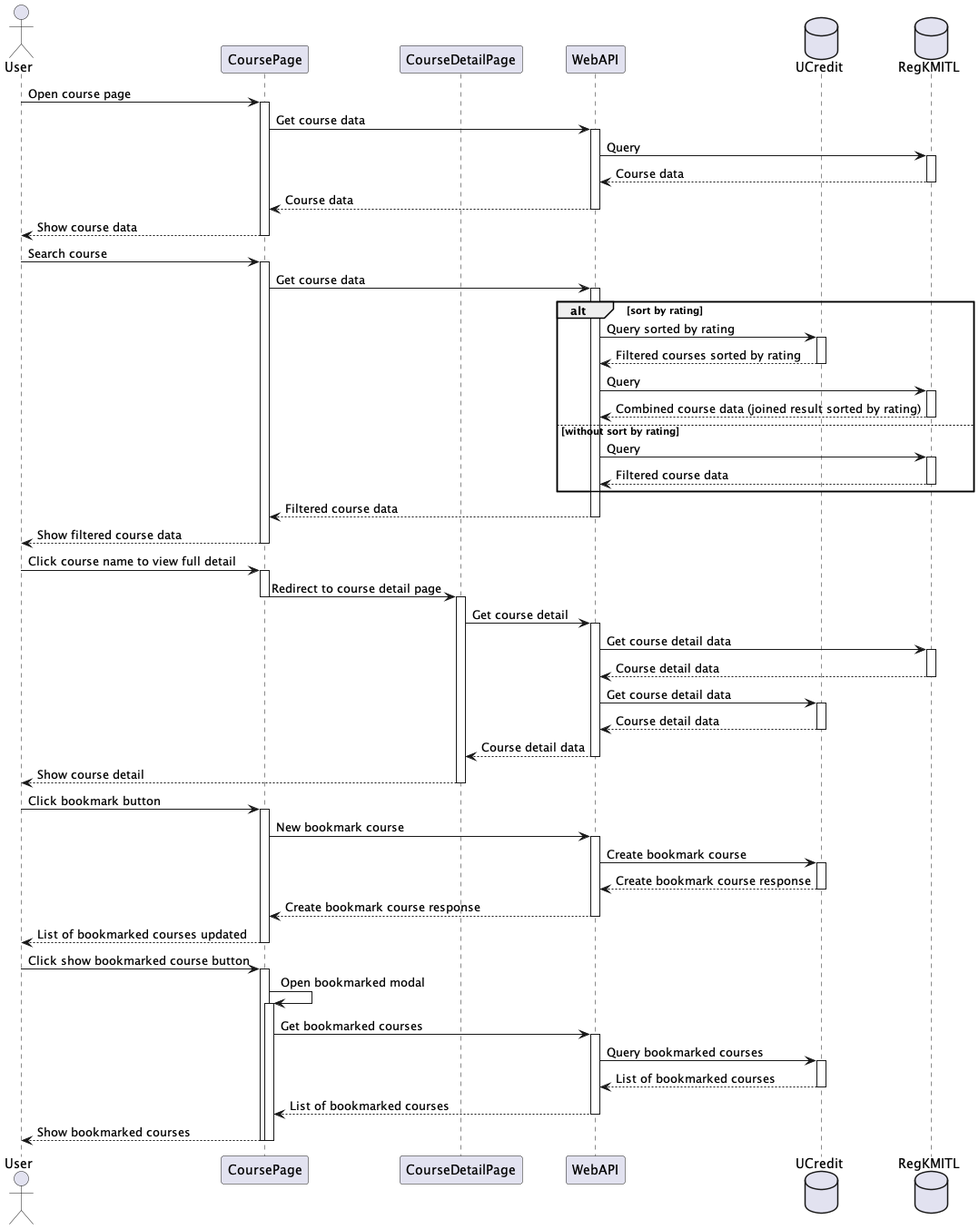
Above: out/diagram/course-page-sequence/Course Page.png in u-credit/solution (PlantUML), before the change.
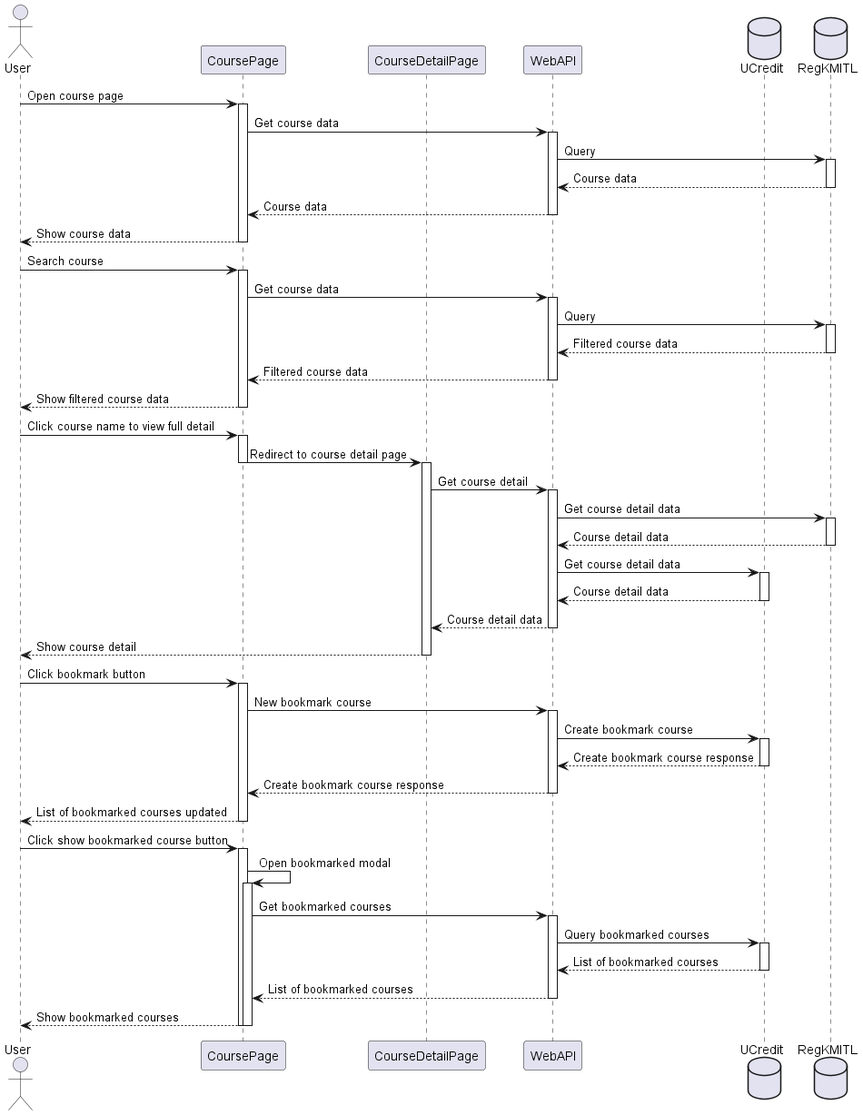
Above is the later version.

Commit message:
remove sort by rating

Diff of the diagram source:
```diff
@@ -14,16 +14,8 @@
 return Show course data
 User -> CoursePage ++ : Search course
 CoursePage -> WebAPI ++ : Get course data
-alt sort by rating
-    WebAPI -> UCredit ++ : Query sorted by rating
-    Return Filtered courses sorted by rating
-    WebAPI -> RegKMITL ++ : Query
-    return Combined course data (joined result sorted by rating)
-    deactivate UCredit
-else without sort by rating
-    WebAPI -> RegKMITL ++ : Query
-    return Filtered course data
-end
+WebAPI -> RegKMITL ++ : Query
+return Filtered course data
 WebAPI --> CoursePage -- : Filtered course data
 CoursePage --> User -- : Show filtered course data
 
```
